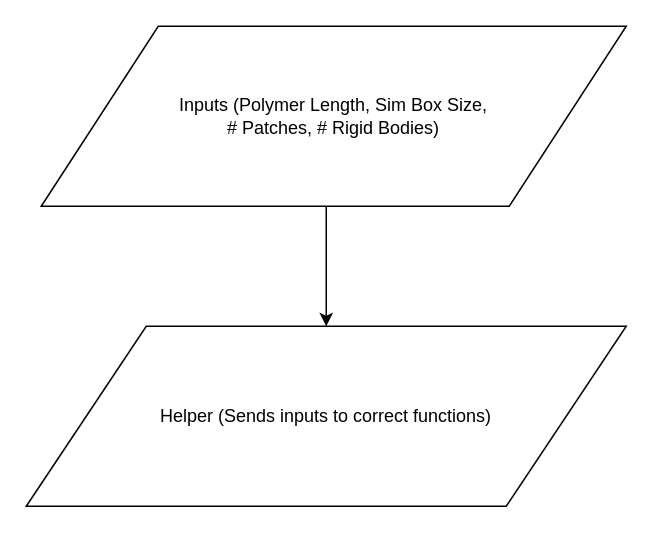
The draw.io diagram Untitled Diagram.drawio in danielpugliese/PatchyPolymer, before the edit. Source tidied: cells renumbered, new cells numbered last; positions are measured from the earlier drawing's top-left corner, leaving out a move shared by most shapes. Both pictures are drawn from the tidied source at 150%, with x=0, y=0 at pixel (26, 26).
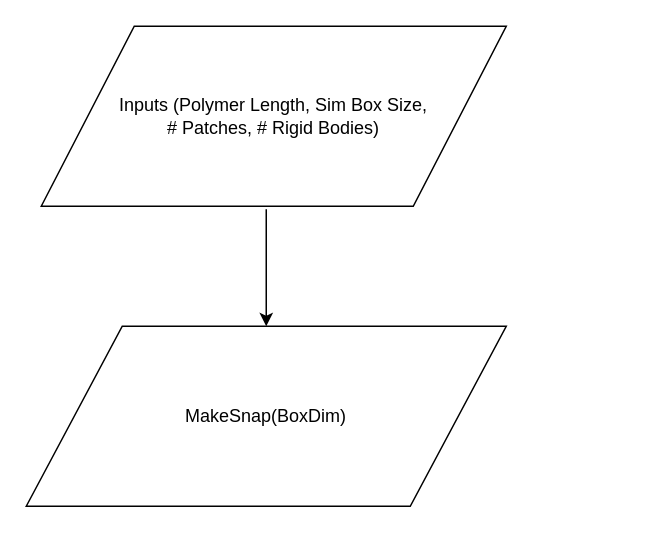
After the change.

What changed in the source:
```diff
@@
 <mxGraphModel>
   <root>
     <mxCell id="0" />
     <mxCell id="1" parent="0" />
     <mxCell id="2" value="Inputs (Polymer Length, Sim Box Size, &lt;br&gt;# Patches, # Rigid Bodies)" style="shape=parallelogram;perimeter=parallelogramPerimeter;whiteSpace=wrap;html=1;" parent="1" vertex="1">
-      <mxGeometry x="10" width="390" height="120" as="geometry" />
+      <mxGeometry x="10" width="310" height="120" as="geometry" />
     </mxCell>
     <mxCell id="3" style="endArrow=classic;html=1;entryX=0.5;entryY=0;entryDx=0;entryDy=0;" parent="1" edge="1" target="4">
       <mxGeometry relative="1" as="geometry">
-        <mxPoint x="200" y="120" as="sourcePoint" />
+        <mxPoint x="160" y="122" as="sourcePoint" />
       </mxGeometry>
     </mxCell>
-    <mxCell id="4" value="Helper (Sends inputs to correct functions)" style="shape=parallelogram;perimeter=parallelogramPerimeter;whiteSpace=wrap;html=1;" parent="1" vertex="1">
-      <mxGeometry y="200" width="400" height="120" as="geometry" />
+    <mxCell id="4" value="MakeSnap(BoxDim)" style="shape=parallelogram;perimeter=parallelogramPerimeter;whiteSpace=wrap;html=1;" parent="1" vertex="1">
+      <mxGeometry y="200" width="320" height="120" as="geometry" />
     </mxCell>
   </root>
 </mxGraphModel>
```
